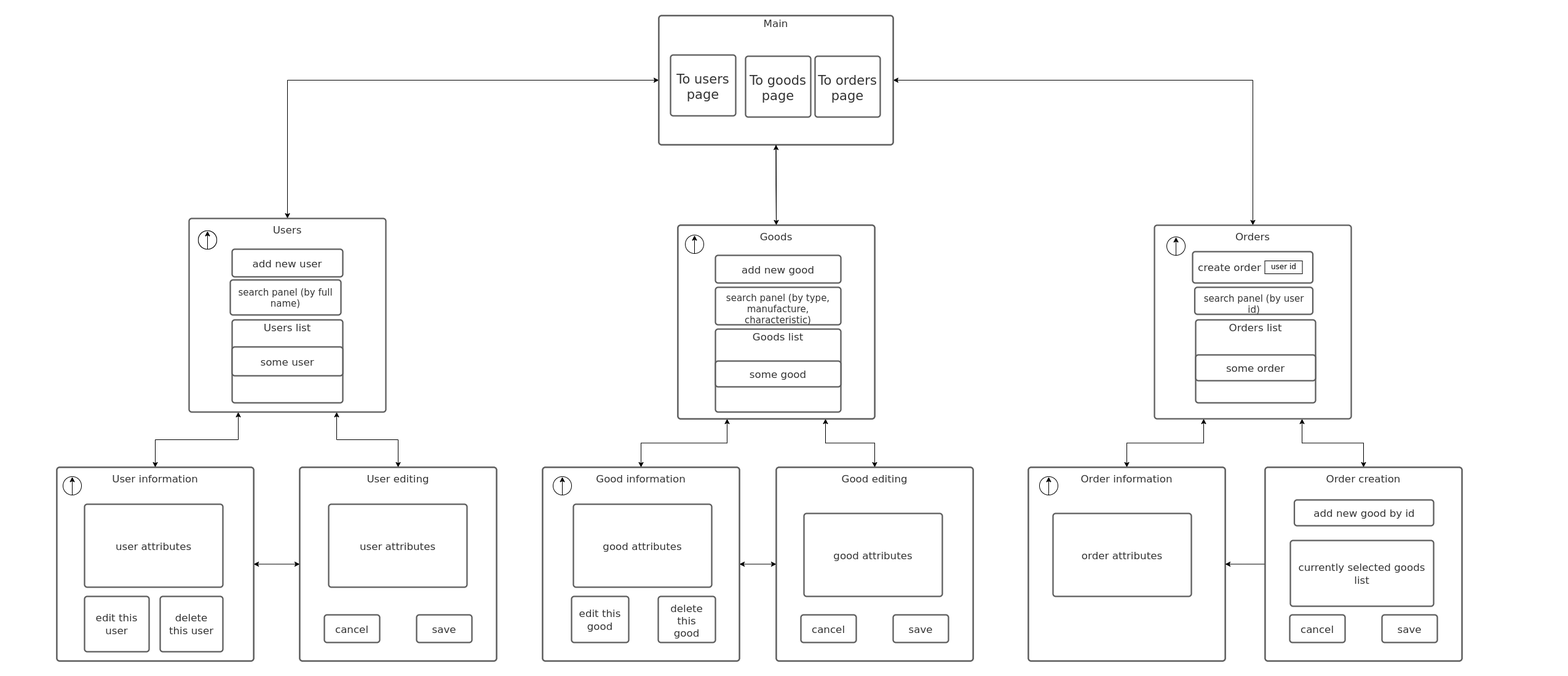
This is docs/pages.png from Savuri/web-prak, a draw.io export, as it was before one commit. Source tidied: cells renumbered, new cells last; positions are measured from the earlier drawing's top-left corner, leaving out a move shared by most shapes.
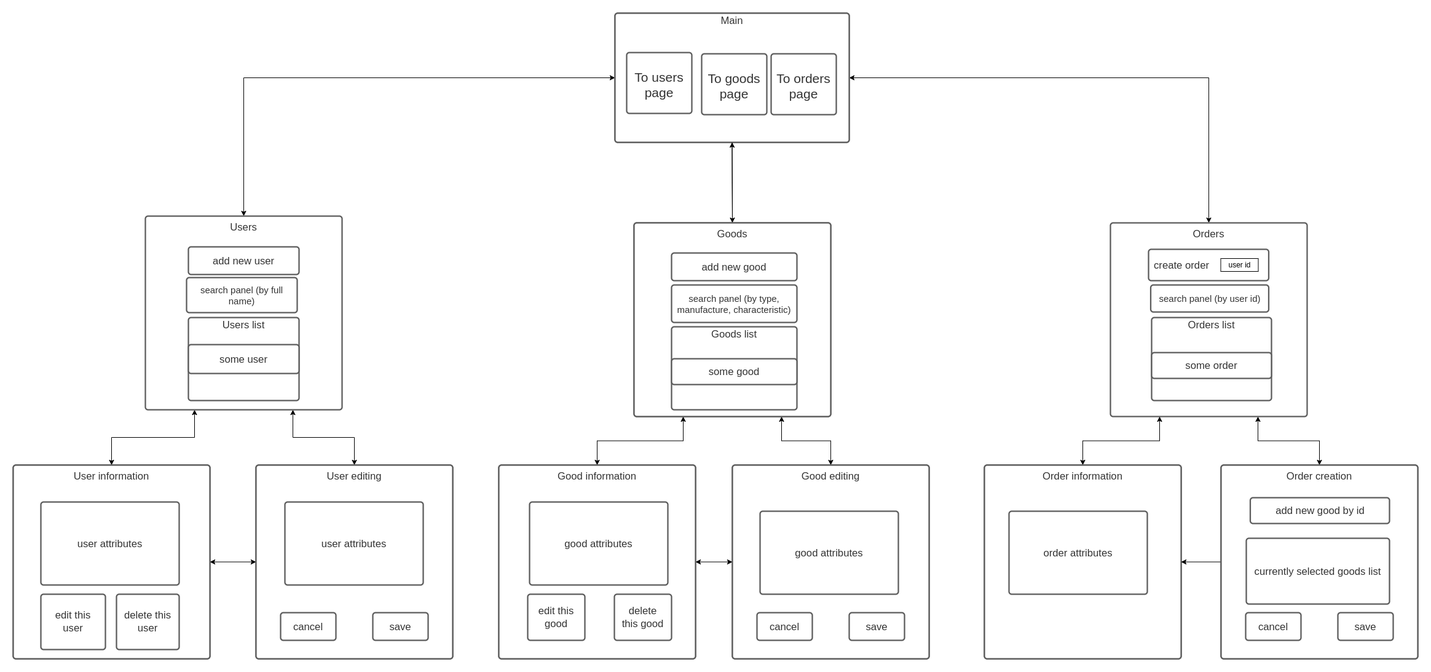
After the change.

Diff of the diagram source:
```diff
@@ -254,120 +254,9 @@
     <mxCell id="85" value="some order" style="html=1;overflow=block;blockSpacing=1;whiteSpace=wrap;fontSize=16.7;fontColor=#333333;spacing=9;strokeColor=#5e5e5e;strokeOpacity=100;rounded=1;absoluteArcSize=1;arcSize=9;strokeWidth=2.3;" parent="1" vertex="1">
       <mxGeometry x="1852" y="552" width="195" height="42" as="geometry" />
     </mxCell>
-    <mxCell id="86" style="group;" parent="1" vertex="1">
-      <mxGeometry x="807" y="750" width="30" height="30" as="geometry" />
-    </mxCell>
-    <mxCell id="87" style="ellipse;whiteSpace=wrap;html=1;fontSize=21;" parent="86" vertex="1">
-      <mxGeometry width="30" height="30" as="geometry" />
-    </mxCell>
-    <mxCell id="88" style="edgeStyle=orthogonalEdgeStyle;rounded=0;orthogonalLoop=1;jettySize=auto;html=1;exitX=0.5;exitY=1;exitDx=0;exitDy=0;fontSize=21;startArrow=none;startFill=0;" parent="86" edge="1" source="87" target="87">
-      <mxGeometry relative="1" as="geometry" />
-    </mxCell>
-    <mxCell id="89" style="endArrow=classic;html=1;rounded=0;fontSize=21;" parent="86" edge="1">
-      <mxGeometry relative="1" as="geometry">
-        <mxPoint x="15" y="30" as="sourcePoint" />
-        <mxPoint x="15" y="0.5" as="targetPoint" />
-      </mxGeometry>
-    </mxCell>
-    <mxCell id="90" style="group;" parent="1" vertex="1">
-      <mxGeometry x="10" y="750" width="30" height="30" as="geometry" />
-    </mxCell>
-    <mxCell id="91" style="ellipse;whiteSpace=wrap;html=1;fontSize=21;" parent="90" vertex="1">
-      <mxGeometry width="30" height="30" as="geometry" />
-    </mxCell>
-    <mxCell id="92" style="edgeStyle=orthogonalEdgeStyle;rounded=0;orthogonalLoop=1;jettySize=auto;html=1;exitX=0.5;exitY=1;exitDx=0;exitDy=0;fontSize=21;startArrow=none;startFill=0;" parent="90" edge="1" source="91" target="91">
-      <mxGeometry relative="1" as="geometry" />
-    </mxCell>
-    <mxCell id="93" style="endArrow=classic;html=1;rounded=0;fontSize=21;" parent="90" edge="1">
-      <mxGeometry relative="1" as="geometry">
-        <mxPoint x="15" y="30" as="sourcePoint" />
-        <mxPoint x="15" y="0.5" as="targetPoint" />
-      </mxGeometry>
-    </mxCell>
-    <mxCell id="94" style="group;" parent="1" vertex="1">
-      <mxGeometry x="1598" y="750" width="30" height="30" as="geometry" />
-    </mxCell>
-    <mxCell id="95" style="ellipse;whiteSpace=wrap;html=1;fontSize=21;" parent="94" vertex="1">
-      <mxGeometry width="30" height="30" as="geometry" />
-    </mxCell>
-    <mxCell id="96" style="edgeStyle=orthogonalEdgeStyle;rounded=0;orthogonalLoop=1;jettySize=auto;html=1;exitX=0.5;exitY=1;exitDx=0;exitDy=0;fontSize=21;startArrow=none;startFill=0;" parent="94" edge="1" source="95" target="95">
-      <mxGeometry relative="1" as="geometry" />
-    </mxCell>
-    <mxCell id="97" style="endArrow=classic;html=1;rounded=0;fontSize=21;" parent="94" edge="1">
-      <mxGeometry relative="1" as="geometry">
-        <mxPoint x="15" y="30" as="sourcePoint" />
-        <mxPoint x="15" y="0.5" as="targetPoint" />
-      </mxGeometry>
-    </mxCell>
-    <mxCell id="98" style="group;" parent="1" vertex="1">
-      <mxGeometry x="1805" y="360" width="30" height="30" as="geometry" />
-    </mxCell>
-    <mxCell id="99" style="ellipse;whiteSpace=wrap;html=1;fontSize=21;" parent="98" vertex="1">
-      <mxGeometry width="30" height="30" as="geometry" />
-    </mxCell>
-    <mxCell id="100" style="edgeStyle=orthogonalEdgeStyle;rounded=0;orthogonalLoop=1;jettySize=auto;html=1;exitX=0.5;exitY=1;exitDx=0;exitDy=0;fontSize=21;startArrow=none;startFill=0;" parent="98" edge="1" source="99" target="99">
-      <mxGeometry relative="1" as="geometry" />
-    </mxCell>
-    <mxCell id="101" style="endArrow=classic;html=1;rounded=0;fontSize=21;" parent="98" edge="1">
-      <mxGeometry relative="1" as="geometry">
-        <mxPoint x="15" y="30" as="sourcePoint" />
-        <mxPoint x="15" y="0.5" as="targetPoint" />
-      </mxGeometry>
-    </mxCell>
-    <mxCell id="102" style="group;" parent="1" vertex="1">
-      <mxGeometry x="1022" y="357" width="30" height="30" as="geometry" />
-    </mxCell>
-    <mxCell id="103" style="ellipse;whiteSpace=wrap;html=1;fontSize=21;" parent="102" vertex="1">
-      <mxGeometry width="30" height="30" as="geometry" />
-    </mxCell>
-    <mxCell id="104" style="edgeStyle=orthogonalEdgeStyle;rounded=0;orthogonalLoop=1;jettySize=auto;html=1;exitX=0.5;exitY=1;exitDx=0;exitDy=0;fontSize=21;startArrow=none;startFill=0;" parent="102" edge="1" source="103" target="103">
-      <mxGeometry relative="1" as="geometry" />
-    </mxCell>
-    <mxCell id="105" style="endArrow=classic;html=1;rounded=0;fontSize=21;" parent="102" edge="1">
-      <mxGeometry relative="1" as="geometry">
-        <mxPoint x="15" y="30" as="sourcePoint" />
-        <mxPoint x="15" y="0.5" as="targetPoint" />
-      </mxGeometry>
-    </mxCell>
-    <mxCell id="106" style="group;" parent="1" vertex="1">
-      <mxGeometry x="230" y="350" width="30" height="30" as="geometry" />
-    </mxCell>
-    <mxCell id="107" style="ellipse;whiteSpace=wrap;html=1;fontSize=21;" parent="106" vertex="1">
-      <mxGeometry width="30" height="30" as="geometry" />
-    </mxCell>
-    <mxCell id="108" style="edgeStyle=orthogonalEdgeStyle;rounded=0;orthogonalLoop=1;jettySize=auto;html=1;exitX=0.5;exitY=1;exitDx=0;exitDy=0;fontSize=21;startArrow=none;startFill=0;" parent="106" edge="1">
-      <mxGeometry relative="1" as="geometry">
-        <mxPoint x="15" y="75" as="sourcePoint" />
-        <mxPoint x="15" y="75" as="targetPoint" />
-      </mxGeometry>
-    </mxCell>
-    <mxCell id="109" style="endArrow=classic;html=1;rounded=0;fontSize=21;" parent="106" edge="1">
-      <mxGeometry relative="1" as="geometry">
-        <mxPoint x="15" y="30" as="sourcePoint" />
-        <mxPoint x="15" y="0.5" as="targetPoint" />
-      </mxGeometry>
-    </mxCell>
     <mxCell id="110" value="add new good by id" style="html=1;overflow=block;blockSpacing=1;whiteSpace=wrap;fontSize=16.7;fontColor=#333333;spacing=9;strokeColor=#5e5e5e;strokeOpacity=100;rounded=1;absoluteArcSize=1;arcSize=9;strokeWidth=2.3;" parent="1" vertex="1">
       <mxGeometry x="2012.5" y="788" width="226.5" height="42" as="geometry" />
     </mxCell>
-    <mxCell id="111" style="group;" parent="1" vertex="1">
-      <mxGeometry x="230" y="350" width="30" height="30" as="geometry" />
-    </mxCell>
-    <mxCell id="112" style="ellipse;whiteSpace=wrap;html=1;fontSize=21;" parent="111" vertex="1">
-      <mxGeometry width="30" height="30" as="geometry" />
-    </mxCell>
-    <mxCell id="113" style="edgeStyle=orthogonalEdgeStyle;rounded=0;orthogonalLoop=1;jettySize=auto;html=1;exitX=0.5;exitY=1;exitDx=0;exitDy=0;fontSize=21;startArrow=none;startFill=0;" parent="111" edge="1">
-      <mxGeometry relative="1" as="geometry">
-        <mxPoint x="15" y="75" as="sourcePoint" />
-        <mxPoint x="15" y="75" as="targetPoint" />
-      </mxGeometry>
-    </mxCell>
-    <mxCell id="114" style="endArrow=classic;html=1;rounded=0;fontSize=21;" parent="111" edge="1">
-      <mxGeometry relative="1" as="geometry">
-        <mxPoint x="15" y="30" as="sourcePoint" />
-        <mxPoint x="15" y="0.5" as="targetPoint" />
-      </mxGeometry>
-    </mxCell>
     <mxCell id="115" value="user id" style="rounded=0;whiteSpace=wrap;html=1;" parent="1" vertex="1">
       <mxGeometry x="1964.5" y="399" width="61" height="21" as="geometry" />
     </mxCell>
```
